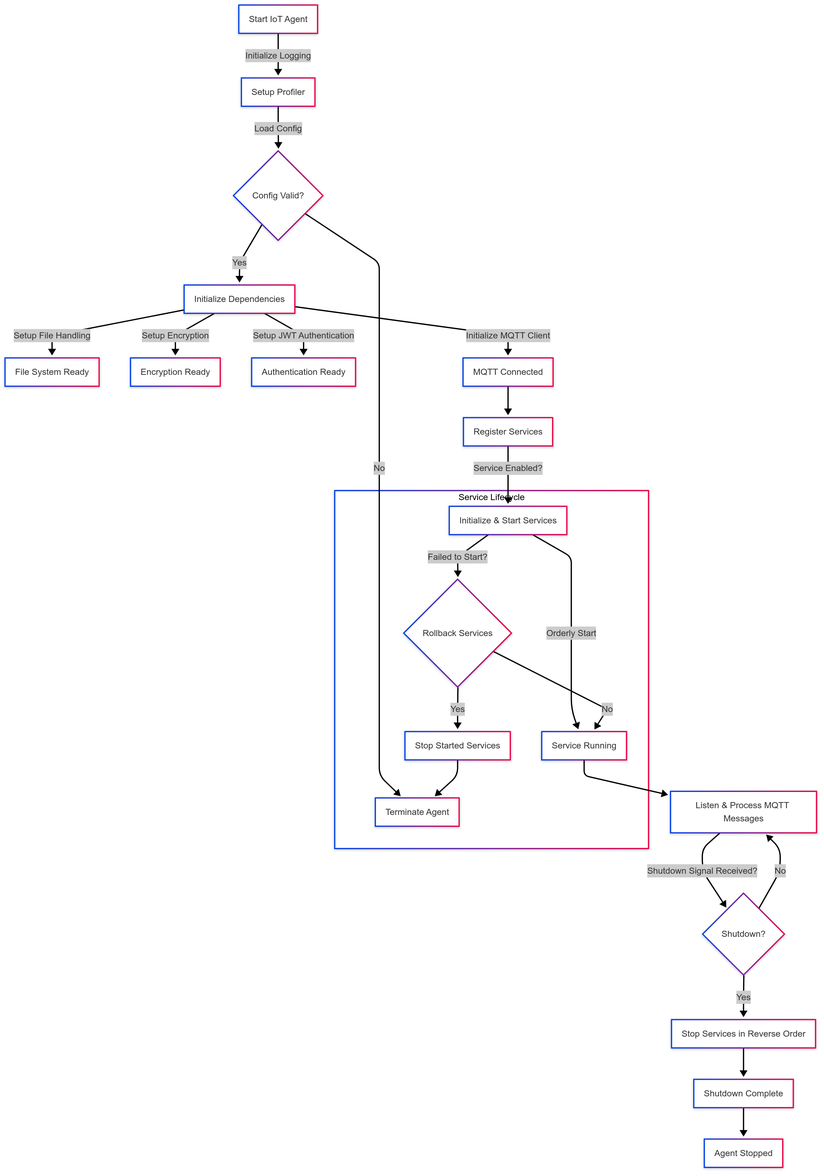
Earlier version of the Mermaid export docs/images/start.png (BenMeehan/iot-agent). Its source is kept beside it as docs/images/mermaid_chart_markdown/start.mmd.
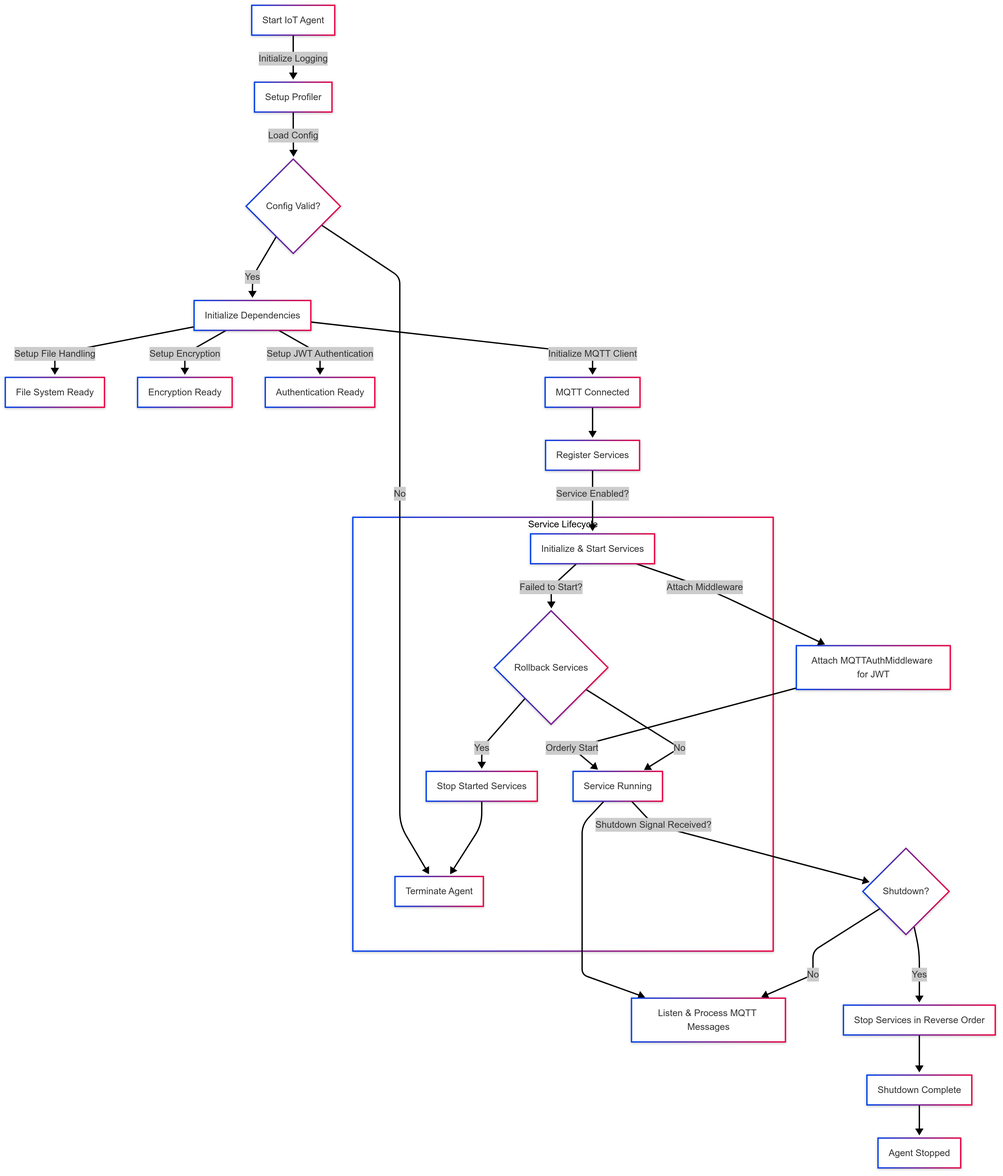
Above is the later version.

The edit, as a diff of the source:
```diff
@@ -12,10 +12,11 @@
     I --> J[Register Services];
     J -->|Service Enabled?| K[Initialize & Start Services];
 
-    K -->|Orderly Start| L[Service Running];
+    K -->|Attach Middleware| X[Attach MQTTAuthMiddleware for JWT];
+    X -->|Orderly Start| L[Service Running];
+
     L --> M[Listen & Process MQTT Messages];
-
-    M -->|Shutdown Signal Received?| N{Shutdown?};
+    L -->|Shutdown Signal Received?| N{Shutdown?};
     N -- Yes --> O[Stop Services in Reverse Order];
     O --> P[Shutdown Complete];
     N -- No --> M;
```
